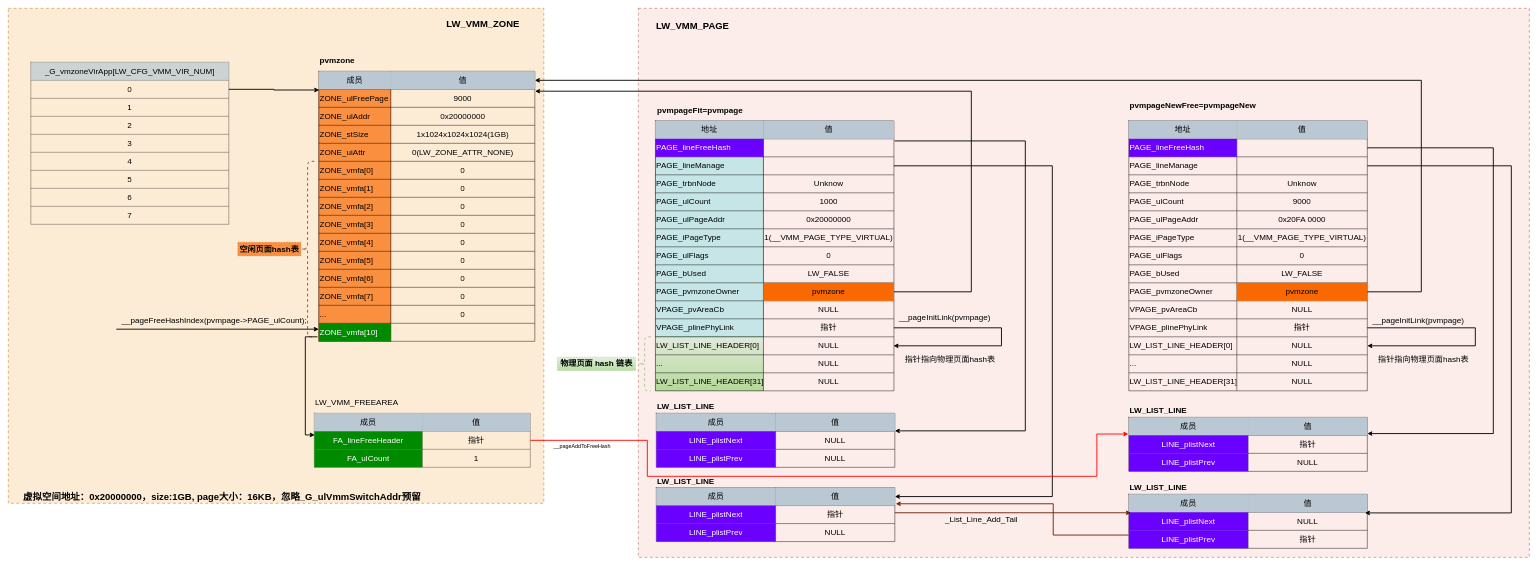
Before: page "__pageAddToFreeHash-25" (1 of 4) of draw/mips-mmu.drawio in peng-fan/drawio, a draw.io diagram. Source tidied: cells renumbered, new cells numbered last; positions are measured from the earlier drawing's top-left corner, leaving out a move shared by most shapes. Both pictures are drawn from the tidied source at 45%, with x=0, y=0 at pixel (8, 8).
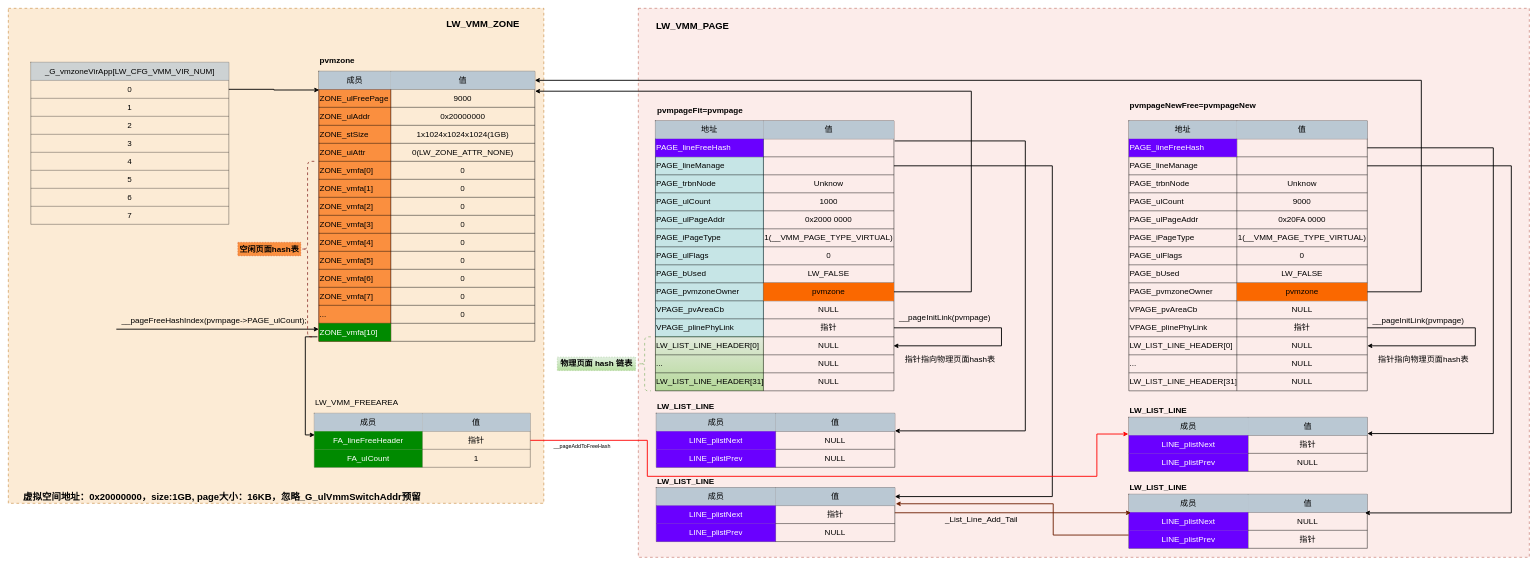
After the change.

The change refers to these unchanged cells:
```xml
<mxCell id="22" style="shape=partialRectangle;fillColor=none;top=0;left=0;bottom=0;right=0;fontSize=18;strokeColor=default;" parent="6" vertex="1">
  <mxGeometry y="200" width="530" height="40" as="geometry" />
</mxCell>
```

The edit, as a diff of the source:
```diff
@@
-    <mxCell id="24" value="0x20000000" style="shape=partialRectangle;html=1;whiteSpace=wrap;overflow=hidden;fillColor=none;top=0;left=0;bottom=0;right=0;fontSize=18;strokeColor=default;align=center;" parent="22" vertex="1">
+    <mxCell id="24" value="0x2000 0000" style="shape=partialRectangle;html=1;whiteSpace=wrap;overflow=hidden;fillColor=none;top=0;left=0;bottom=0;right=0;fontSize=18;strokeColor=default;align=center;" parent="22" vertex="1">
       <mxGeometry x="240" width="290" height="40" as="geometry" />
     </mxCell>
```
